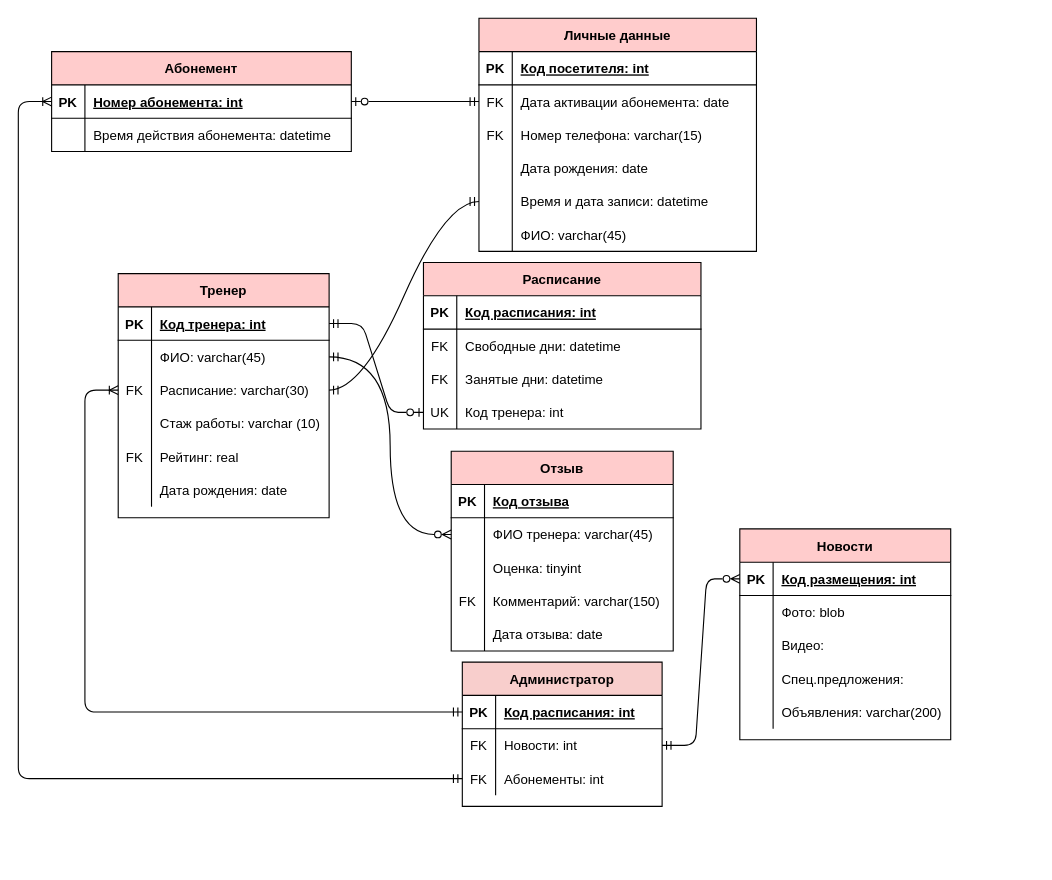
This is page "Page-1" (1 of 2) of Diagrams/ER3.drawio from yuliapyrikova/-, a draw.io file, before an edit. Source tidied: cells renumbered, new cells numbered last; positions are measured from the earlier drawing's top-left corner, leaving out a move shared by most shapes. Both pictures are drawn from the tidied source at 111%, with x=0, y=0 at pixel (18, 18).
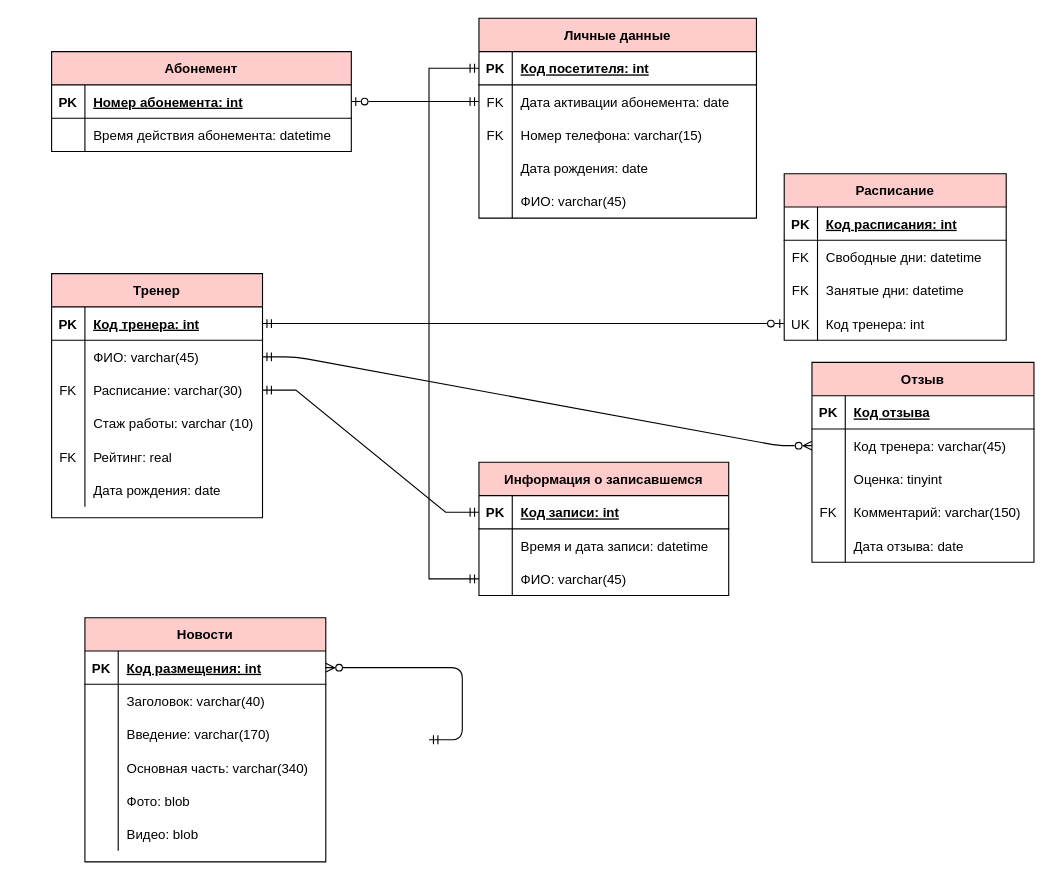
The same page after the edit.

The change refers to these unchanged cells:
```xml
<mxCell id="3" style="shape=partialRectangle;fillColor=none;points=[[0,0.5],[1,0.5]];portConstraint=eastwest;top=0;left=0;right=0;bottom=1;strokeColor=#000000;fontColor=#000000;" parent="2" vertex="1">
  <mxGeometry y="30" width="250" height="30" as="geometry" />
</mxCell>
<mxCell id="35" style="shape=partialRectangle;fillColor=none;points=[[0,0.5],[1,0.5]];portConstraint=eastwest;top=0;left=0;right=0;bottom=1;strokeColor=#000000;fontColor=#000000;" parent="34" vertex="1">
  <mxGeometry y="30" width="270" height="30" as="geometry" />
</mxCell>
<mxCell id="46" style="shape=partialRectangle;fillColor=none;top=0;left=0;bottom=0;right=0;points=[[0,0.5],[1,0.5]];portConstraint=eastwest;strokeColor=#000000;fontColor=#000000;" parent="42" vertex="1">
  <mxGeometry y="60" width="190" height="30" as="geometry" />
</mxCell>
<mxCell id="49" style="shape=partialRectangle;fillColor=none;top=0;left=0;bottom=0;right=0;points=[[0,0.5],[1,0.5]];portConstraint=eastwest;strokeColor=#000000;fontColor=#000000;" parent="42" vertex="1">
  <mxGeometry y="90" width="190" height="30" as="geometry" />
</mxCell>
<mxCell id="66" style="shape=partialRectangle;fillColor=none;top=0;left=0;bottom=0;right=0;points=[[0,0.5],[1,0.5]];portConstraint=eastwest;strokeColor=#000000;fontColor=#000000;" parent="62" vertex="1">
  <mxGeometry y="60" width="200" height="30" as="geometry" />
</mxCell>
```

Diff of the diagram source:
```diff
@@
     <mxCell id="2" value="Личные данные" style="shape=table;startSize=30;childLayout=tableLayout;rowLines=0;fontStyle=1;align=center;fillColor=#FFCCCC;strokeColor=#000000;fontColor=#000000;" parent="1" vertex="1">
-      <mxGeometry x="415" width="250" height="210" as="geometry" />
+      <mxGeometry x="415" width="250" height="180" as="geometry" />
     </mxCell>
@@
-    <mxCell id="15" style="shape=partialRectangle;fillColor=none;top=0;left=0;bottom=0;right=0;points=[[0,0.5],[1,0.5]];portConstraint=eastwest;strokeColor=#000000;fontColor=#000000;" parent="2" vertex="1">
-      <mxGeometry y="150" width="250" height="30" as="geometry" />
-    </mxCell>
-    <mxCell id="16" style="shape=partialRectangle;fillColor=none;top=0;left=0;bottom=0;right=0;overflow=hidden;strokeColor=#000000;fontColor=#000000;" parent="15" vertex="1">
-      <mxGeometry width="30" height="30" as="geometry" />
-    </mxCell>
-    <mxCell id="17" value="Время и дата записи: datetime" style="shape=partialRectangle;fillColor=none;top=0;left=0;bottom=0;right=0;align=left;spacingLeft=6;overflow=hidden;strokeColor=#000000;fontColor=#000000;" parent="15" vertex="1">
-      <mxGeometry x="30" width="220" height="30" as="geometry" />
-    </mxCell>
     <mxCell id="18" style="shape=partialRectangle;fillColor=none;top=0;left=0;bottom=0;right=0;strokeColor=#000000;fontColor=#000000;" parent="2" vertex="1">
-      <mxGeometry y="180" width="250" height="30" as="geometry" />
+      <mxGeometry y="150" width="250" height="30" as="geometry" />
     </mxCell>
@@
     <mxCell id="21" value="Расписание" style="shape=table;startSize=30;childLayout=tableLayout;rowLines=0;fontStyle=1;align=center;fillColor=#FFCCCC;strokeColor=#000000;fontColor=#000000;" parent="1" vertex="1">
-      <mxGeometry x="365" y="220" width="250" height="150" as="geometry" />
+      <mxGeometry x="690" y="140" width="200" height="150" as="geometry" />
     </mxCell>
     <mxCell id="22" style="shape=partialRectangle;fillColor=none;top=0;left=0;right=0;bottom=1;strokeColor=#000000;fontColor=#000000;" parent="21" vertex="1">
-      <mxGeometry y="30" width="250" height="30" as="geometry" />
+      <mxGeometry y="30" width="200" height="30" as="geometry" />
     </mxCell>
@@
     <mxCell id="24" value="Код расписания: int" style="shape=partialRectangle;overflow=hidden;fillColor=none;top=0;left=0;bottom=0;right=0;align=left;spacingLeft=6;fontStyle=5;strokeColor=#000000;fontColor=#000000;" parent="22" vertex="1">
-      <mxGeometry x="30" width="220" height="30" as="geometry" />
+      <mxGeometry x="30" width="170" height="30" as="geometry" />
     </mxCell>
     <mxCell id="25" style="shape=partialRectangle;fillColor=none;top=0;left=0;right=0;bottom=0;strokeColor=#000000;fontColor=#000000;" parent="21" vertex="1">
-      <mxGeometry y="60" width="250" height="30" as="geometry" />
+      <mxGeometry y="60" width="200" height="30" as="geometry" />
     </mxCell>
@@
     <mxCell id="27" value="Свободные дни: datetime" style="shape=partialRectangle;overflow=hidden;fillColor=none;top=0;left=0;bottom=0;right=0;align=left;spacingLeft=6;strokeColor=#000000;fontColor=#000000;" parent="25" vertex="1">
-      <mxGeometry x="30" width="220" height="30" as="geometry" />
+      <mxGeometry x="30" width="170" height="30" as="geometry" />
     </mxCell>
     <mxCell id="28" style="shape=partialRectangle;fillColor=none;top=0;left=0;right=0;bottom=0;strokeColor=#000000;fontColor=#000000;" parent="21" vertex="1">
-      <mxGeometry y="90" width="250" height="30" as="geometry" />
+      <mxGeometry y="90" width="200" height="30" as="geometry" />
     </mxCell>
@@
     <mxCell id="30" value="Занятые дни: datetime" style="shape=partialRectangle;overflow=hidden;fillColor=none;top=0;left=0;bottom=0;right=0;align=left;spacingLeft=6;strokeColor=#000000;fontColor=#000000;" parent="28" vertex="1">
-      <mxGeometry x="30" width="220" height="30" as="geometry" />
+      <mxGeometry x="30" width="170" height="30" as="geometry" />
     </mxCell>
     <mxCell id="31" style="shape=partialRectangle;fillColor=none;top=0;left=0;bottom=0;right=0;points=[[0,0.5],[1,0.5]];portConstraint=eastwest;strokeColor=#000000;fontColor=#000000;" parent="21" vertex="1">
-      <mxGeometry y="120" width="250" height="30" as="geometry" />
+      <mxGeometry y="120" width="200" height="30" as="geometry" />
     </mxCell>
@@
     <mxCell id="33" value="Код тренера: int" style="shape=partialRectangle;fillColor=none;top=0;left=0;bottom=0;right=0;align=left;spacingLeft=6;overflow=hidden;strokeColor=#000000;fontColor=#000000;" parent="31" vertex="1">
-      <mxGeometry x="30" width="220" height="30" as="geometry" />
+      <mxGeometry x="30" width="170" height="30" as="geometry" />
     </mxCell>
@@
     <mxCell id="42" value="Тренер" style="shape=table;startSize=30;childLayout=tableLayout;rowLines=0;fontStyle=1;align=center;fillColor=#FFCCCC;strokeColor=#000000;fontColor=#000000;" parent="1" vertex="1">
-      <mxGeometry x="90" y="230" width="190" height="220" as="geometry" />
+      <mxGeometry x="30" y="230" width="190" height="220" as="geometry" />
     </mxCell>
@@
     <mxCell id="62" value="Отзыв" style="shape=table;startSize=30;childLayout=tableLayout;rowLines=0;fontStyle=1;align=center;fillColor=#FFCCCC;strokeColor=#000000;fontColor=#000000;" parent="1" vertex="1">
-      <mxGeometry x="390" y="390" width="200" height="180" as="geometry" />
+      <mxGeometry x="715" y="310" width="200" height="180" as="geometry" />
     </mxCell>
@@
-    <mxCell id="68" value="ФИО тренера: varchar(45)" style="shape=partialRectangle;fillColor=none;top=0;left=0;bottom=0;right=0;align=left;spacingLeft=6;overflow=hidden;strokeColor=#000000;fontColor=#000000;" parent="66" vertex="1">
+    <mxCell id="68" value="Код тренера: varchar(45)" style="shape=partialRectangle;fillColor=none;top=0;left=0;bottom=0;right=0;align=left;spacingLeft=6;overflow=hidden;strokeColor=#000000;fontColor=#000000;" parent="66" vertex="1">
       <mxGeometry x="30" width="170" height="30" as="geometry" />
     </mxCell>
@@
     <mxCell id="78" value="Новости" style="shape=table;startSize=30;childLayout=tableLayout;rowLines=0;fontStyle=1;align=center;fillColor=#FFCCCC;strokeColor=#000000;fontColor=#000000;" parent="1" vertex="1">
-      <mxGeometry x="650" y="460" width="190" height="190" as="geometry" />
+      <mxGeometry x="60" y="540" width="217" height="220" as="geometry" />
     </mxCell>
     <mxCell id="79" style="shape=partialRectangle;fillColor=none;top=0;left=0;bottom=1;right=0;points=[[0,0.5],[1,0.5]];portConstraint=eastwest;strokeColor=#000000;fontColor=#000000;" parent="78" vertex="1">
-      <mxGeometry y="30" width="190" height="30" as="geometry" />
+      <mxGeometry y="30" width="217" height="30" as="geometry" />
     </mxCell>
@@
     <mxCell id="81" value="Код размещения: int" style="shape=partialRectangle;fillColor=none;top=0;left=0;bottom=0;right=0;align=left;spacingLeft=6;fontStyle=5;overflow=hidden;strokeColor=#000000;fontColor=#000000;" parent="79" vertex="1">
-      <mxGeometry x="30" width="160" height="30" as="geometry" />
+      <mxGeometry x="30" width="187" height="30" as="geometry" />
     </mxCell>
     <mxCell id="82" style="shape=partialRectangle;fillColor=none;top=0;left=0;bottom=0;right=0;strokeColor=#000000;fontColor=#000000;" parent="78" vertex="1">
-      <mxGeometry y="60" width="190" height="30" as="geometry" />
+      <mxGeometry y="60" width="217" height="30" as="geometry" />
     </mxCell>
@@
-    <mxCell id="84" value="Фото: blob" style="shape=partialRectangle;fillColor=none;top=0;left=0;bottom=0;right=0;align=left;spacingLeft=6;overflow=hidden;strokeColor=#000000;fontColor=#000000;" parent="82" vertex="1">
-      <mxGeometry x="30" width="160" height="30" as="geometry" />
+    <mxCell id="84" value="Заголовок: varchar(40)" style="shape=partialRectangle;fillColor=none;top=0;left=0;bottom=0;right=0;align=left;spacingLeft=6;overflow=hidden;strokeColor=#000000;fontColor=#000000;" parent="82" vertex="1">
+      <mxGeometry x="30" width="187" height="30" as="geometry" />
     </mxCell>
     <mxCell id="85" style="shape=partialRectangle;fillColor=none;top=0;left=0;bottom=0;right=0;strokeColor=#000000;fontColor=#000000;" parent="78" vertex="1">
-      <mxGeometry y="90" width="190" height="30" as="geometry" />
+      <mxGeometry y="90" width="217" height="30" as="geometry" />
     </mxCell>
@@
-    <mxCell id="87" value="Видео: " style="shape=partialRectangle;fillColor=none;top=0;left=0;bottom=0;right=0;align=left;spacingLeft=6;overflow=hidden;strokeColor=#000000;fontColor=#000000;" parent="85" vertex="1">
-      <mxGeometry x="30" width="160" height="30" as="geometry" />
+    <mxCell id="87" value="Введение: varchar(170)" style="shape=partialRectangle;fillColor=none;top=0;left=0;bottom=0;right=0;align=left;spacingLeft=6;overflow=hidden;strokeColor=#000000;fontColor=#000000;" parent="85" vertex="1">
+      <mxGeometry x="30" width="187" height="30" as="geometry" />
     </mxCell>
+    <mxCell id="109" style="shape=partialRectangle;fillColor=none;top=0;left=0;bottom=0;right=0;" parent="78" vertex="1">
+      <mxGeometry y="120" width="217" height="30" as="geometry" />
+    </mxCell>
+    <mxCell id="110" style="shape=partialRectangle;fillColor=none;top=0;left=0;bottom=0;right=0;overflow=hidden;" parent="109" vertex="1">
+      <mxGeometry width="30" height="30" as="geometry" />
+    </mxCell>
+    <mxCell id="111" value="Основная часть: varchar(340)" style="shape=partialRectangle;fillColor=none;top=0;left=0;bottom=0;right=0;align=left;spacingLeft=6;overflow=hidden;" parent="109" vertex="1">
+      <mxGeometry x="30" width="187" height="30" as="geometry" />
+    </mxCell>
     <mxCell id="88" style="shape=partialRectangle;fillColor=none;top=0;left=0;bottom=0;right=0;strokeColor=#000000;fontColor=#000000;" parent="78" vertex="1">
-      <mxGeometry y="120" width="190" height="30" as="geometry" />
+      <mxGeometry y="150" width="217" height="30" as="geometry" />
     </mxCell>
@@
-    <mxCell id="90" value="Спец.предложения:" style="shape=partialRectangle;fillColor=none;top=0;left=0;bottom=0;right=0;align=left;spacingLeft=6;overflow=hidden;strokeColor=#000000;fontColor=#000000;" parent="88" vertex="1">
-      <mxGeometry x="30" width="160" height="30" as="geometry" />
+    <mxCell id="90" value="Фото: blob" style="shape=partialRectangle;fillColor=none;top=0;left=0;bottom=0;right=0;align=left;spacingLeft=6;overflow=hidden;strokeColor=#000000;fontColor=#000000;" parent="88" vertex="1">
+      <mxGeometry x="30" width="187" height="30" as="geometry" />
     </mxCell>
-    <mxCell id="91" style="shape=partialRectangle;fillColor=none;top=0;left=0;bottom=0;right=0;strokeColor=#000000;fontColor=#000000;" parent="78" vertex="1">
-      <mxGeometry y="150" width="190" height="30" as="geometry" />
-    </mxCell>
-    <mxCell id="92" style="shape=partialRectangle;fillColor=none;top=0;left=0;bottom=0;right=0;overflow=hidden;strokeColor=#000000;fontColor=#000000;" parent="91" vertex="1">
-      <mxGeometry width="30" height="30" as="geometry" />
-    </mxCell>
-    <mxCell id="93" value="Объявления: varchar(200)" style="shape=partialRectangle;fillColor=none;top=0;left=0;bottom=0;right=0;align=left;spacingLeft=6;overflow=hidden;strokeColor=#000000;fontColor=#000000;" parent="91" vertex="1">
-      <mxGeometry x="30" width="160" height="30" as="geometry" />
-    </mxCell>
+    <mxCell id="112" style="shape=partialRectangle;fillColor=none;top=0;left=0;bottom=0;right=0;" parent="78" vertex="1">
+      <mxGeometry y="180" width="217" height="30" as="geometry" />
+    </mxCell>
+    <mxCell id="113" style="shape=partialRectangle;fillColor=none;top=0;left=0;bottom=0;right=0;overflow=hidden;" parent="112" vertex="1">
+      <mxGeometry width="30" height="30" as="geometry" />
+    </mxCell>
+    <mxCell id="114" value="Видео: blob" style="shape=partialRectangle;fillColor=none;top=0;left=0;bottom=0;right=0;align=left;spacingLeft=6;overflow=hidden;" parent="112" vertex="1">
+      <mxGeometry x="30" width="187" height="30" as="geometry" />
+    </mxCell>
-    <mxCell id="94" style="edgeStyle=orthogonalEdgeStyle;fontSize=12;html=1;endArrow=ERzeroToMany;startArrow=ERmandOne;jumpStyle=sharp;endFill=0;elbow=vertical;entryX=0;entryY=0.5;entryDx=0;entryDy=0;curved=1;strokeColor=#000000;fontColor=#000000;" parent="1" edge="1" source="46" target="66">
+    <mxCell id="94" style="edgeStyle=entityRelationEdgeStyle;fontSize=12;html=1;endArrow=ERzeroToMany;startArrow=ERmandOne;jumpStyle=sharp;endFill=0;elbow=vertical;entryX=0;entryY=0.5;entryDx=0;entryDy=0;strokeColor=#000000;fontColor=#000000;" parent="1" edge="1" source="46" target="66">
       <mxGeometry relative="1" as="geometry" />
     </mxCell>
-    <mxCell id="95" value="Администратор" style="shape=table;startSize=30;childLayout=tableLayout;rowLines=0;fontStyle=1;align=center;fillColor=#f8cecc;strokeColor=#000000;fontColor=#000000;" parent="1" vertex="1">
-      <mxGeometry x="400" y="580" width="180" height="130" as="geometry" />
-    </mxCell>
-    <mxCell id="96" style="shape=partialRectangle;fillColor=none;top=0;left=0;bottom=1;right=0;points=[[0,0.5],[1,0.5]];portConstraint=eastwest;strokeColor=#000000;fontColor=#000000;" parent="95" vertex="1">
-      <mxGeometry y="30" width="180" height="30" as="geometry" />
-    </mxCell>
+    <mxCell id="106" style="edgeStyle=entityRelationEdgeStyle;fontSize=12;html=1;endArrow=ERzeroToMany;startArrow=ERmandOne;endFill=0;strokeColor=#000000;fontColor=#000000;entryX=1;entryY=0.5;entryDx=0;entryDy=0;" parent="1" edge="1" target="79">
+      <mxGeometry relative="1" as="geometry">
+        <mxPoint x="370" y="650" as="sourcePoint" />
+      </mxGeometry>
+    </mxCell>
+    <mxCell id="108" style="edgeStyle=entityRelationEdgeStyle;fontSize=12;html=1;endArrow=ERmandOne;startArrow=ERmandOne;rounded=0;strokeColor=#000000;fontColor=#000000;fillColor=#f8cecc;exitX=1;exitY=0.5;exitDx=0;exitDy=0;entryX=0;entryY=0.5;entryDx=0;entryDy=0;elbow=vertical;" parent="1" edge="1" source="49" target="116">
+      <mxGeometry relative="1" as="geometry" />
+    </mxCell>
+    <mxCell id="115" value="Информация о записавшемся" style="shape=table;startSize=30;childLayout=tableLayout;rowLines=0;fontStyle=1;align=center;fillColor=#FFCCCC;strokeColor=#000000;fontColor=#000000;" parent="1" vertex="1">
+      <mxGeometry x="415" y="400" width="225" height="120" as="geometry" />
+    </mxCell>
+    <mxCell id="116" style="shape=partialRectangle;fillColor=none;points=[[0,0.5],[1,0.5]];portConstraint=eastwest;top=0;left=0;right=0;bottom=1;strokeColor=#000000;fontColor=#000000;" parent="115" vertex="1">
+      <mxGeometry y="30" width="225" height="30" as="geometry" />
+    </mxCell>
-    <mxCell id="97" value="PK" style="shape=partialRectangle;fillColor=none;top=0;left=0;bottom=0;right=0;fontStyle=1;overflow=hidden;strokeColor=#000000;fontColor=#000000;" parent="96" vertex="1">
+    <mxCell id="97" value="PK" style="shape=partialRectangle;overflow=hidden;fillColor=none;top=0;left=0;bottom=0;right=0;fontStyle=1;strokeColor=#000000;fontColor=#000000;" parent="116" vertex="1">
       <mxGeometry width="30" height="30" as="geometry" />
     </mxCell>
-    <mxCell id="98" value="Код расписания: int" style="shape=partialRectangle;fillColor=none;top=0;left=0;bottom=0;right=0;align=left;spacingLeft=6;fontStyle=5;overflow=hidden;strokeColor=#000000;fontColor=#000000;" parent="96" vertex="1">
-      <mxGeometry x="30" width="150" height="30" as="geometry" />
-    </mxCell>
-    <mxCell id="99" style="shape=partialRectangle;fillColor=none;top=0;left=0;bottom=0;right=0;points=[[0,0.5],[1,0.5]];portConstraint=eastwest;strokeColor=#000000;fontColor=#000000;" parent="95" vertex="1">
-      <mxGeometry y="60" width="180" height="30" as="geometry" />
-    </mxCell>
-    <mxCell id="100" value="FK" style="shape=partialRectangle;fillColor=none;top=0;left=0;bottom=0;right=0;overflow=hidden;strokeColor=#000000;fontColor=#000000;" parent="99" vertex="1">
-      <mxGeometry width="30" height="30" as="geometry" />
-    </mxCell>
-    <mxCell id="101" value="Новости: int" style="shape=partialRectangle;fillColor=none;top=0;left=0;bottom=0;right=0;align=left;spacingLeft=6;overflow=hidden;strokeColor=#000000;fontColor=#000000;" parent="99" vertex="1">
-      <mxGeometry x="30" width="150" height="30" as="geometry" />
-    </mxCell>
-    <mxCell id="102" style="shape=partialRectangle;fillColor=none;top=0;left=0;bottom=0;right=0;points=[[0,0.5],[1,0.5]];portConstraint=eastwest;strokeColor=#000000;fontColor=#000000;" parent="95" vertex="1">
-      <mxGeometry y="90" width="180" height="30" as="geometry" />
-    </mxCell>
-    <mxCell id="103" value="FK" style="shape=partialRectangle;fillColor=none;top=0;left=0;bottom=0;right=0;overflow=hidden;strokeColor=#000000;fontColor=#000000;" parent="102" vertex="1">
-      <mxGeometry width="30" height="30" as="geometry" />
-    </mxCell>
-    <mxCell id="104" value="Абонементы: int" style="shape=partialRectangle;fillColor=none;top=0;left=0;bottom=0;right=0;align=left;spacingLeft=6;overflow=hidden;strokeColor=#000000;fontColor=#000000;" parent="102" vertex="1">
-      <mxGeometry x="30" width="150" height="30" as="geometry" />
-    </mxCell>
-    <mxCell id="105" style="edgeStyle=orthogonalEdgeStyle;fontSize=12;html=1;endArrow=ERmandOne;startArrow=ERoneToMany;entryX=0;entryY=0.5;entryDx=0;entryDy=0;exitX=0;exitY=0.5;exitDx=0;exitDy=0;jumpStyle=sharp;startFill=0;strokeColor=#000000;fontColor=#000000;" parent="1" edge="1" source="49" target="96">
-      <mxGeometry relative="1" as="geometry">
-        <Array as="points">
-          <mxPoint x="60" y="335" />
-          <mxPoint x="60" y="625" />
-        </Array>
-      </mxGeometry>
-    </mxCell>
-    <mxCell id="106" style="edgeStyle=entityRelationEdgeStyle;fontSize=12;html=1;endArrow=ERzeroToMany;startArrow=ERmandOne;entryX=0;entryY=0.5;entryDx=0;entryDy=0;exitX=1;exitY=0.5;exitDx=0;exitDy=0;endFill=0;strokeColor=#000000;fontColor=#000000;" parent="1" edge="1" source="99" target="79">
-      <mxGeometry relative="1" as="geometry" />
-    </mxCell>
-    <mxCell id="107" style="edgeStyle=orthogonalEdgeStyle;fontSize=12;html=1;endArrow=ERmandOne;startArrow=ERoneToMany;entryX=0;entryY=0.5;entryDx=0;entryDy=0;exitX=0;exitY=0.5;exitDx=0;exitDy=0;startFill=0;strokeColor=#000000;fontColor=#095C86;" parent="1" edge="1" source="35" target="102">
-      <mxGeometry relative="1" as="geometry">
-        <Array as="points">
-          <mxPoint y="75" />
-          <mxPoint y="685" />
-        </Array>
-      </mxGeometry>
-    </mxCell>
-    <mxCell id="108" style="edgeStyle=entityRelationEdgeStyle;fontSize=12;html=1;endArrow=ERmandOne;startArrow=ERmandOne;rounded=0;curved=1;elbow=vertical;entryX=0;entryY=0.5;entryDx=0;entryDy=0;strokeColor=#000000;fontColor=#000000;fillColor=#f8cecc;" parent="1" edge="1" source="49" target="15">
-      <mxGeometry relative="1" as="geometry" />
-    </mxCell>
+    <mxCell id="117" value="Код записи: int" style="shape=partialRectangle;overflow=hidden;fillColor=none;top=0;left=0;bottom=0;right=0;align=left;spacingLeft=6;fontStyle=5;strokeColor=#000000;fontColor=#000000;" parent="116" vertex="1">
+      <mxGeometry x="30" width="195" height="30" as="geometry" />
+    </mxCell>
+    <mxCell id="118" style="shape=partialRectangle;fillColor=none;top=0;left=0;bottom=0;right=0;strokeColor=#000000;fontColor=#000000;" parent="115" vertex="1">
+      <mxGeometry y="60" width="225" height="30" as="geometry" />
+    </mxCell>
+    <mxCell id="119" style="shape=partialRectangle;fillColor=none;top=0;left=0;bottom=0;right=0;overflow=hidden;strokeColor=#000000;fontColor=#000000;" parent="118" vertex="1">
+      <mxGeometry width="30" height="30" as="geometry" />
+    </mxCell>
+    <mxCell id="17" value="Время и дата записи: datetime" style="shape=partialRectangle;fillColor=none;top=0;left=0;bottom=0;right=0;align=left;spacingLeft=6;overflow=hidden;strokeColor=#000000;fontColor=#000000;" parent="118" vertex="1">
+      <mxGeometry x="30" width="195" height="30" as="geometry" />
+    </mxCell>
+    <mxCell id="120" style="shape=partialRectangle;fillColor=none;top=0;left=0;bottom=0;right=0;points=[[0,0.5],[1,0.5]];portConstraint=eastwest;strokeColor=#000000;fontColor=#000000;" parent="115" vertex="1">
+      <mxGeometry y="90" width="225" height="30" as="geometry" />
+    </mxCell>
+    <mxCell id="121" style="shape=partialRectangle;fillColor=none;top=0;left=0;bottom=0;right=0;overflow=hidden;strokeColor=#000000;fontColor=#000000;" parent="120" vertex="1">
+      <mxGeometry width="30" height="30" as="geometry" />
+    </mxCell>
+    <mxCell id="122" value="ФИО: varchar(45)" style="shape=partialRectangle;fillColor=none;top=0;left=0;bottom=0;right=0;align=left;spacingLeft=6;overflow=hidden;strokeColor=#000000;fontColor=#000000;" parent="120" vertex="1">
+      <mxGeometry x="30" width="195" height="30" as="geometry" />
+    </mxCell>
+    <mxCell id="123" style="edgeStyle=orthogonalEdgeStyle;fontSize=12;html=1;endArrow=ERmandOne;startArrow=ERmandOne;rounded=0;strokeColor=#000000;fontColor=#000000;fillColor=#f8cecc;exitX=0;exitY=0.5;exitDx=0;exitDy=0;entryX=0;entryY=0.5;entryDx=0;entryDy=0;elbow=vertical;" parent="1" edge="1" source="3" target="120">
+      <mxGeometry relative="1" as="geometry">
+        <Array as="points">
+          <mxPoint x="370" y="45" />
+          <mxPoint x="370" y="505" />
+        </Array>
+      </mxGeometry>
+    </mxCell>
```
